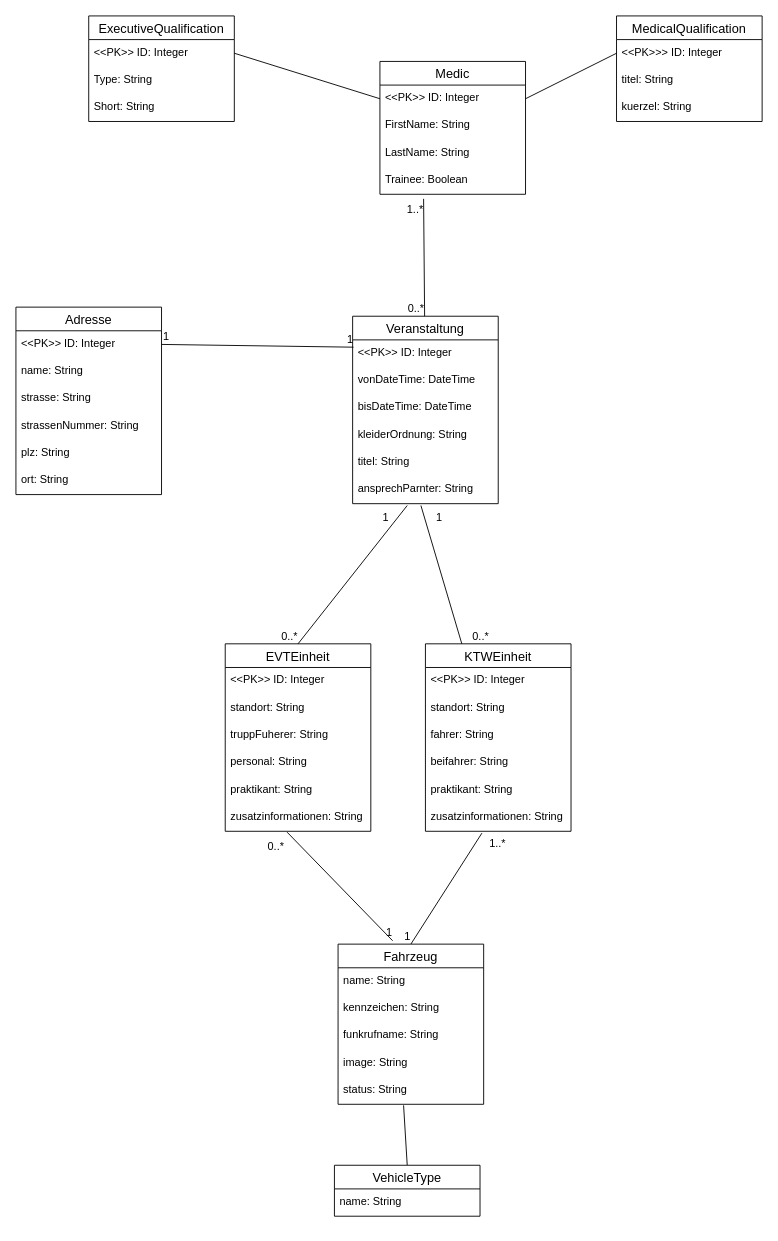
The draw.io diagram .docs/DatenbankDesign.drawio in Korkmatik/SanPlan, before the edit. Source tidied: cells renumbered, new cells numbered last; positions are measured from the earlier drawing's top-left corner, leaving out a move shared by most shapes. Both pictures are drawn from the tidied source at 91%, with x=0, y=0 at pixel (15, 15).
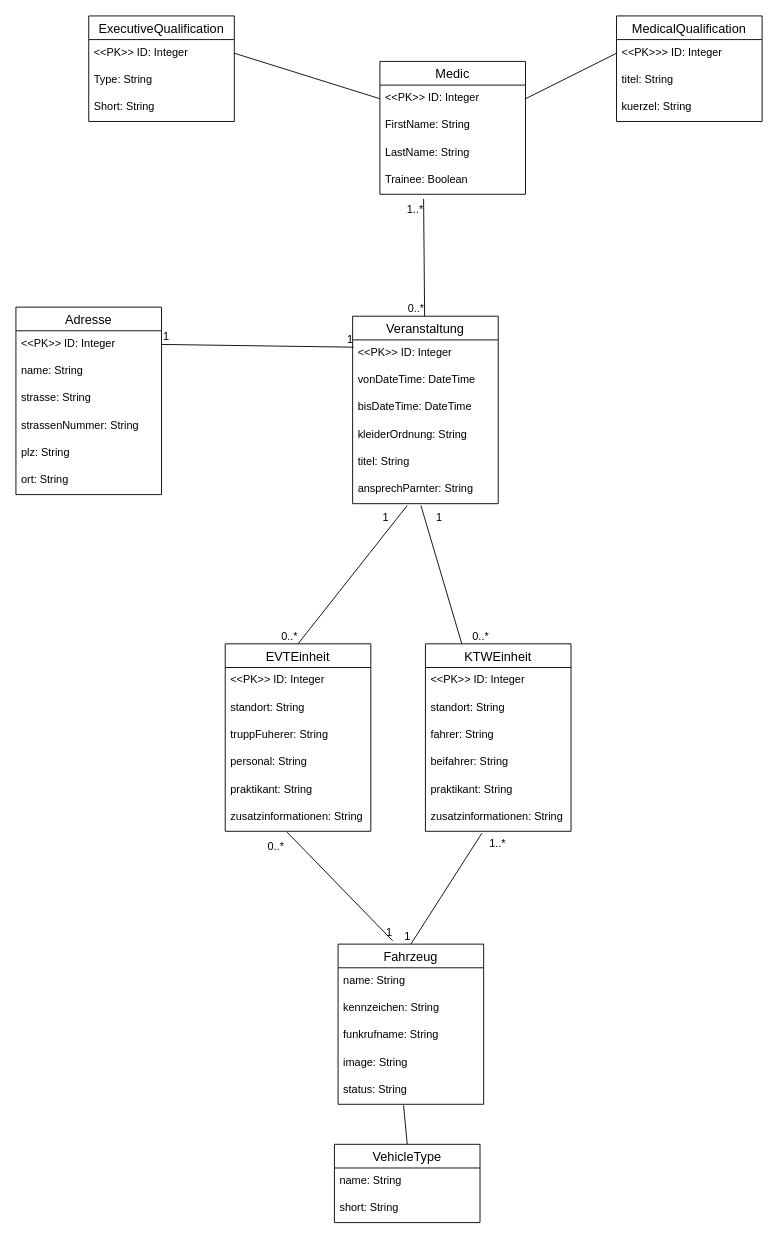
The same diagram, later.

Commit message:
Added short to vehicle type

The edit, as a diff of the source:
```diff
@@
     <mxCell id="70" value="VehicleType" style="swimlane;fontStyle=0;horizontal=1;startSize=26;align=center;fontSize=14;" parent="1" vertex="1">
-      <mxGeometry x="350" y="1263" width="160" height="56" as="geometry" />
+      <mxGeometry x="350" y="1240" width="160" height="86" as="geometry" />
     </mxCell>
@@
+    <mxCell id="72" value="short: String" style="text;strokeColor=none;fillColor=none;spacingLeft=4;spacingRight=4;overflow=hidden;fontSize=12;" parent="70" vertex="1">
+      <mxGeometry y="56" width="160" height="30" as="geometry" />
+    </mxCell>
```
